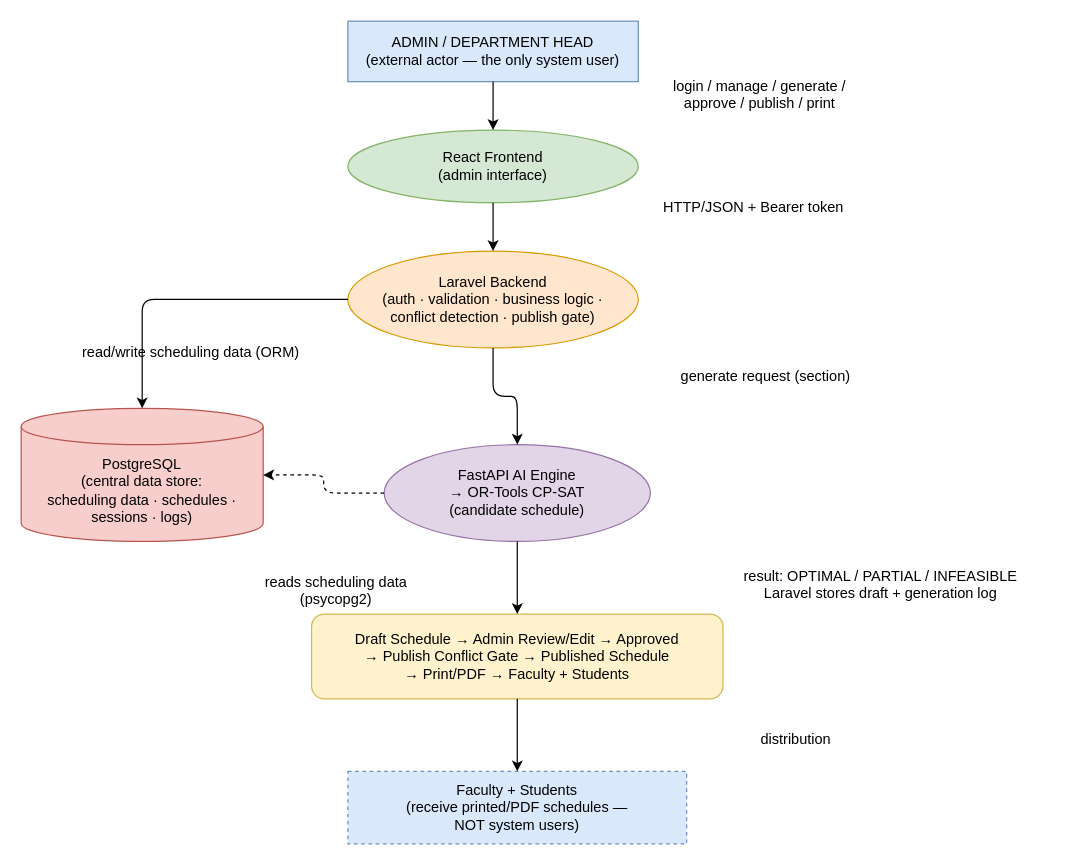
Above: diagrams/DFD.drawio in KiroOoo-arch/IT-faculty-scheduling-system (draw.io), before the change. Source tidied: cells renumbered, new cells numbered last; positions are measured from the earlier drawing's top-left corner, leaving out a move shared by most shapes. Both pictures are drawn from the tidied source at 121%, with x=0, y=0 at pixel (21, 21).
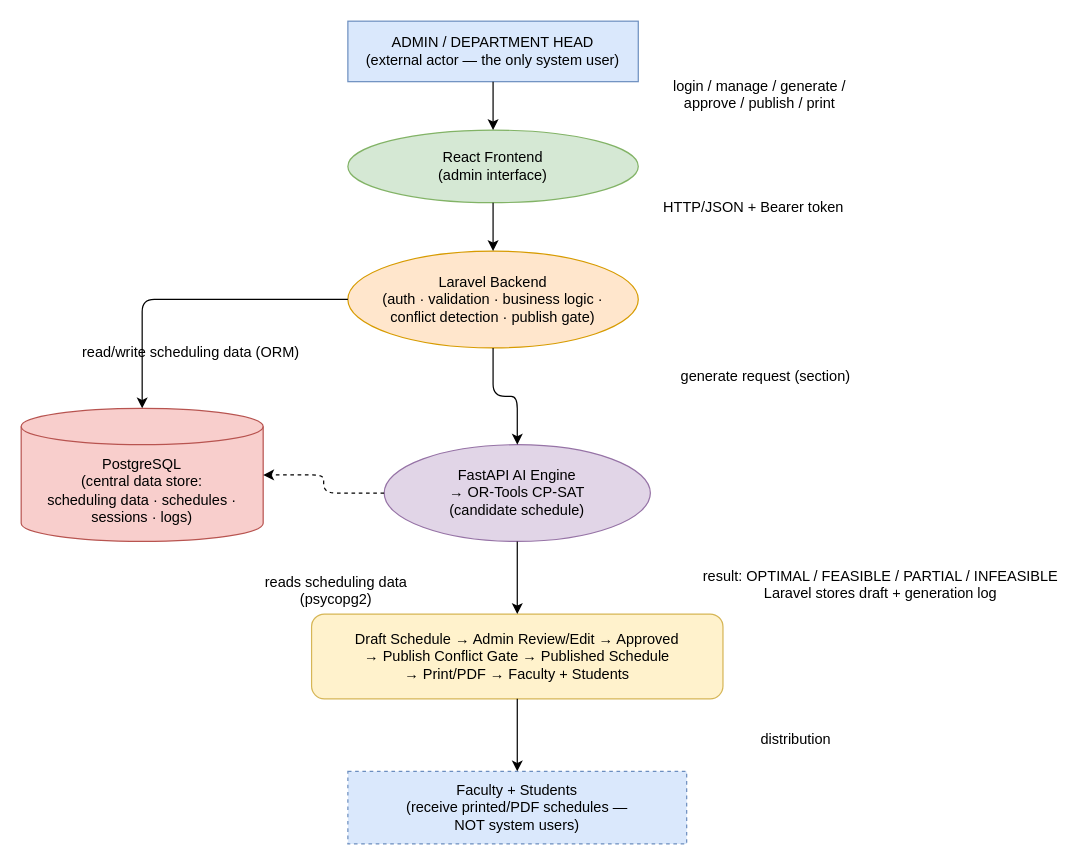
After the change.

What changed in the source:
```diff
@@
-    <mxCell id="20" value="result: OPTIMAL / PARTIAL / INFEASIBLE&#10;Laravel stores draft + generation log" style="text;html=1;align=center;" parent="1" vertex="1">
+    <mxCell id="20" value="result: OPTIMAL / FEASIBLE / PARTIAL / INFEASIBLE&#10;Laravel stores draft + generation log" style="text;html=1;align=center;" parent="1" vertex="1">
       <mxGeometry x="590" y="445" width="240" height="40" as="geometry" />
     </mxCell>
```
